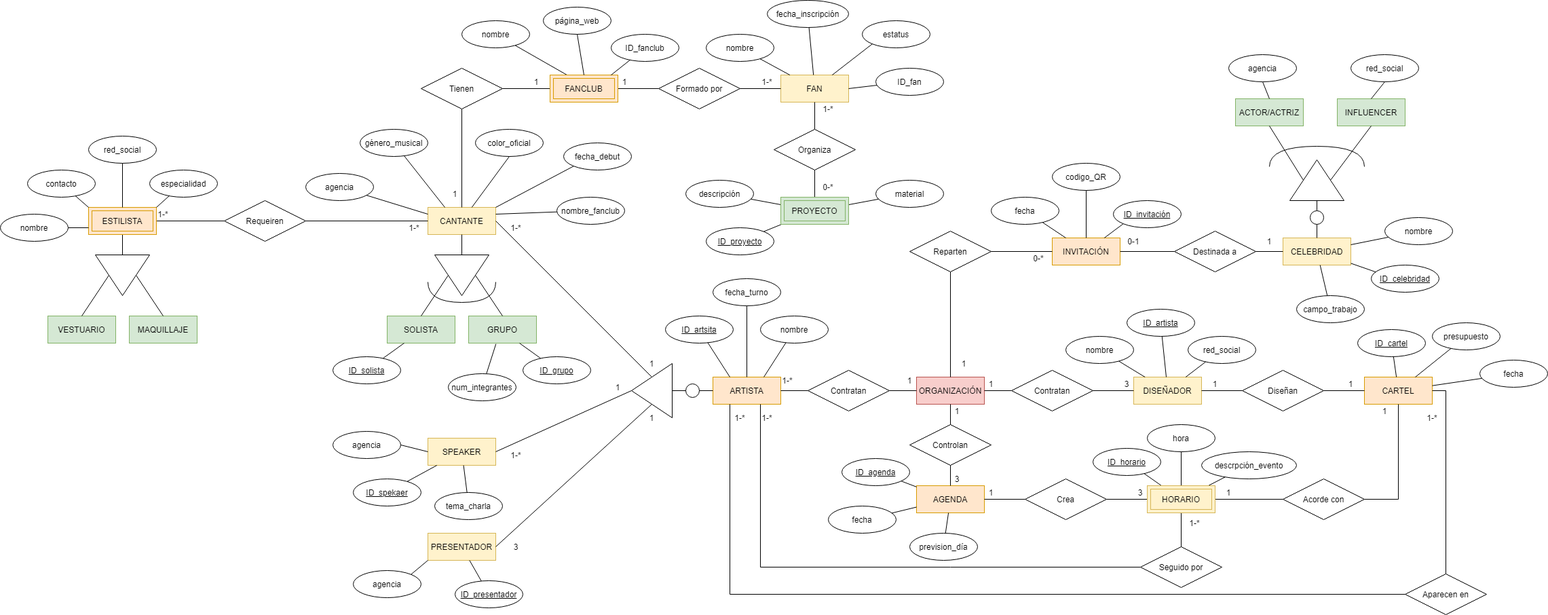
Before: Documentación/2.2-Diagrama_Entidad-Relación.png, a diagram exported from draw.io (nataliacristobal98/ProyectoQuevedoFest). Source tidied: cells renumbered, new cells last; positions are measured from the earlier drawing's top-left corner, leaving out a move shared by most shapes.
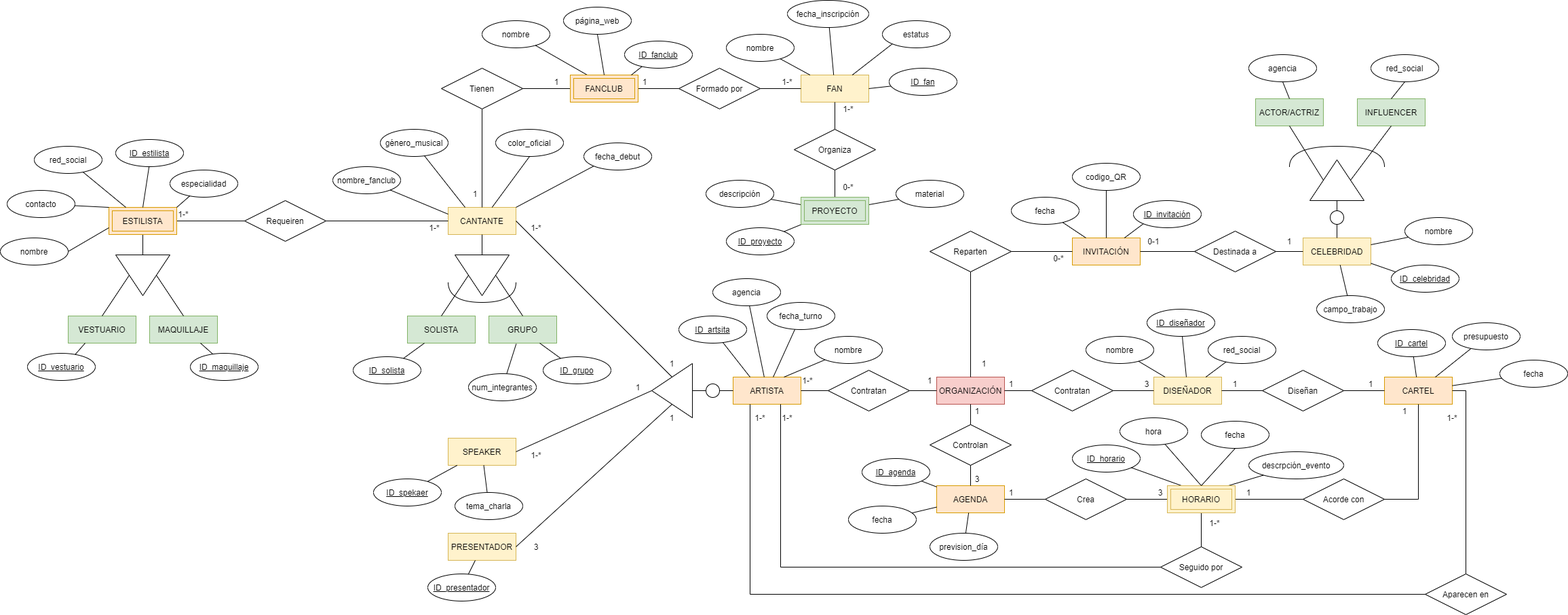
After the commit.

The edit, as a diff of the source:
```diff
@@ -276,10 +276,10 @@
       </mxGeometry>
     </mxCell>
     <mxCell id="79" value="nombre" style="ellipse;whiteSpace=wrap;html=1;align=center;" parent="1" vertex="1">
-      <mxGeometry x="1120" y="465" width="100" height="40" as="geometry" />
+      <mxGeometry x="1170" y="495" width="100" height="40" as="geometry" />
     </mxCell>
     <mxCell id="80" value="ID_artsita" style="ellipse;whiteSpace=wrap;html=1;align=center;fontStyle=4;" parent="1" vertex="1">
-      <mxGeometry x="980" y="465" width="100" height="40" as="geometry" />
+      <mxGeometry x="970" y="465" width="100" height="40" as="geometry" />
     </mxCell>
     <mxCell id="81" value="ID_grupo" style="ellipse;whiteSpace=wrap;html=1;align=center;fontStyle=4;" parent="1" vertex="1">
       <mxGeometry x="770" y="525" width="100" height="40" as="geometry" />
@@ -291,19 +291,19 @@
       <mxGeometry x="520" y="705" width="100" height="40" as="geometry" />
     </mxCell>
     <mxCell id="84" value="ID_presentador" style="ellipse;whiteSpace=wrap;html=1;align=center;fontStyle=4;" parent="1" vertex="1">
-      <mxGeometry x="670" y="855" width="100" height="40" as="geometry" />
+      <mxGeometry x="600" y="845" width="100" height="40" as="geometry" />
     </mxCell>
     <mxCell id="85" value="num_integrantes" style="ellipse;whiteSpace=wrap;html=1;align=center;" parent="1" vertex="1">
       <mxGeometry x="660" y="550" width="100" height="40" as="geometry" />
     </mxCell>
     <mxCell id="86" value="agencia" style="ellipse;whiteSpace=wrap;html=1;align=center;" parent="1" vertex="1">
-      <mxGeometry x="450" y="255" width="100" height="40" as="geometry" />
+      <mxGeometry x="1020" y="410" width="100" height="40" as="geometry" />
     </mxCell>
     <mxCell id="87" value="género_musical" style="ellipse;whiteSpace=wrap;html=1;align=center;" parent="1" vertex="1">
       <mxGeometry x="530" y="190" width="100" height="40" as="geometry" />
     </mxCell>
     <mxCell id="88" value="nombre_fanclub" style="ellipse;whiteSpace=wrap;html=1;align=center;" parent="1" vertex="1">
-      <mxGeometry x="820" y="290" width="100" height="40" as="geometry" />
+      <mxGeometry x="460" y="245" width="100" height="40" as="geometry" />
     </mxCell>
     <mxCell id="89" value="fecha_debut" style="ellipse;whiteSpace=wrap;html=1;align=center;" parent="1" vertex="1">
       <mxGeometry x="830" y="210" width="100" height="40" as="geometry" />
@@ -311,9 +311,6 @@
     <mxCell id="90" value="color_oficial" style="ellipse;whiteSpace=wrap;html=1;align=center;" parent="1" vertex="1">
       <mxGeometry x="700" y="190" width="100" height="40" as="geometry" />
     </mxCell>
-    <mxCell id="91" style="endArrow=none;html=1;rounded=0;entryX=0;entryY=0.25;entryDx=0;entryDy=0;" parent="1" edge="1" source="86" target="11">
-      <mxGeometry relative="1" as="geometry" />
-    </mxCell>
     <mxCell id="92" style="endArrow=none;html=1;rounded=0;entryX=0.25;entryY=0;entryDx=0;entryDy=0;" parent="1" edge="1" source="87" target="11">
       <mxGeometry relative="1" as="geometry" />
     </mxCell>
@@ -323,7 +320,7 @@
     <mxCell id="94" style="endArrow=none;html=1;rounded=0;entryX=0;entryY=1;entryDx=0;entryDy=0;exitX=1;exitY=0;exitDx=0;exitDy=0;" parent="1" edge="1" source="11" target="89">
       <mxGeometry relative="1" as="geometry" />
     </mxCell>
-    <mxCell id="95" style="endArrow=none;html=1;rounded=0;exitX=1;exitY=0.25;exitDx=0;exitDy=0;" parent="1" edge="1" source="11" target="88">
+    <mxCell id="95" style="endArrow=none;html=1;rounded=0;exitX=0;exitY=0.25;exitDx=0;exitDy=0;" parent="1" edge="1" source="11" target="88">
       <mxGeometry relative="1" as="geometry" />
     </mxCell>
     <mxCell id="96" style="endArrow=none;html=1;rounded=0;entryX=0.25;entryY=1;entryDx=0;entryDy=0;" parent="1" edge="1" source="82" target="17">
@@ -345,7 +342,7 @@
       <mxGeometry x="640" y="725" width="100" height="40" as="geometry" />
     </mxCell>
     <mxCell id="102" value="fecha_turno" style="ellipse;whiteSpace=wrap;html=1;align=center;" parent="1" vertex="1">
-      <mxGeometry x="1050" y="410" width="100" height="40" as="geometry" />
+      <mxGeometry x="1100" y="445" width="100" height="40" as="geometry" />
     </mxCell>
     <mxCell id="103" style="endArrow=none;html=1;rounded=0;" parent="1" edge="1" source="9" target="84">
       <mxGeometry relative="1" as="geometry" />
@@ -453,7 +450,7 @@
     <mxCell id="134" value="nombre" style="ellipse;whiteSpace=wrap;html=1;align=center;" parent="1" vertex="1">
       <mxGeometry x="1570" y="495" width="100" height="40" as="geometry" />
     </mxCell>
-    <mxCell id="135" value="ID_artista" style="ellipse;whiteSpace=wrap;html=1;align=center;fontStyle=4;" parent="1" vertex="1">
+    <mxCell id="135" value="ID_diseñador" style="ellipse;whiteSpace=wrap;html=1;align=center;fontStyle=4;" parent="1" vertex="1">
       <mxGeometry x="1660" y="455" width="100" height="40" as="geometry" />
     </mxCell>
     <mxCell id="136" value="red_social" style="ellipse;whiteSpace=wrap;html=1;align=center;" parent="1" vertex="1">
@@ -510,13 +507,13 @@
       <mxGeometry relative="1" as="geometry" />
     </mxCell>
     <mxCell id="153" value="ID_horario" style="ellipse;whiteSpace=wrap;html=1;align=center;fontStyle=4;" parent="1" vertex="1">
-      <mxGeometry x="1610" y="660" width="100" height="40" as="geometry" />
+      <mxGeometry x="1550" y="655" width="100" height="40" as="geometry" />
     </mxCell>
     <mxCell id="154" value="hora" style="ellipse;whiteSpace=wrap;html=1;align=center;" parent="1" vertex="1">
-      <mxGeometry x="1690" y="625" width="100" height="40" as="geometry" />
+      <mxGeometry x="1620" y="615" width="100" height="40" as="geometry" />
     </mxCell>
     <mxCell id="155" value="descrpción_evento" style="ellipse;whiteSpace=wrap;html=1;align=center;" parent="1" vertex="1">
-      <mxGeometry x="1770" y="665" width="140" height="40" as="geometry" />
+      <mxGeometry x="1810" y="665" width="140" height="40" as="geometry" />
     </mxCell>
     <mxCell id="156" style="endArrow=none;html=1;rounded=0;" parent="1" edge="1" source="155">
       <mxGeometry relative="1" as="geometry">
@@ -632,18 +629,9 @@
     <mxCell id="191" value="1" style="text;html=1;strokeColor=none;fillColor=none;align=center;verticalAlign=middle;whiteSpace=wrap;rounded=0;" parent="1" vertex="1">
       <mxGeometry x="2020" y="595" width="40" height="20" as="geometry" />
     </mxCell>
-    <mxCell id="192" value="agencia" style="ellipse;whiteSpace=wrap;html=1;align=center;" parent="1" vertex="1">
-      <mxGeometry x="490" y="635" width="100" height="40" as="geometry" />
-    </mxCell>
-    <mxCell id="193" style="endArrow=none;html=1;rounded=0;entryX=1;entryY=0.5;entryDx=0;entryDy=0;exitX=0;exitY=0.5;exitDx=0;exitDy=0;" parent="1" edge="1" source="10" target="192">
+    <mxCell id="193" style="endArrow=none;html=1;rounded=0;" parent="1" edge="1" source="4" target="86">
       <mxGeometry relative="1" as="geometry" />
     </mxCell>
-    <mxCell id="194" value="agencia" style="ellipse;whiteSpace=wrap;html=1;align=center;" parent="1" vertex="1">
-      <mxGeometry x="520" y="840" width="100" height="40" as="geometry" />
-    </mxCell>
-    <mxCell id="195" style="endArrow=none;html=1;rounded=0;entryX=1;entryY=0;entryDx=0;entryDy=0;exitX=0;exitY=1;exitDx=0;exitDy=0;" parent="1" edge="1" source="9" target="194">
-      <mxGeometry relative="1" as="geometry" />
-    </mxCell>
     <mxCell id="196" value="FANCLUB" style="shape=ext;margin=3;double=1;whiteSpace=wrap;html=1;align=center;fillColor=#ffe6cc;strokeColor=#d79b00;" parent="1" vertex="1">
       <mxGeometry x="810" y="110" width="100" height="40" as="geometry" />
     </mxCell>
@@ -672,10 +660,10 @@
       <mxGeometry relative="1" as="geometry" />
     </mxCell>
     <mxCell id="205" value="contacto" style="ellipse;whiteSpace=wrap;html=1;align=center;" parent="1" vertex="1">
-      <mxGeometry x="40" y="250" width="100" height="40" as="geometry" />
+      <mxGeometry x="-20" y="280" width="100" height="40" as="geometry" />
     </mxCell>
     <mxCell id="206" value="red_social" style="ellipse;whiteSpace=wrap;html=1;align=center;" parent="1" vertex="1">
-      <mxGeometry x="130" y="200" width="100" height="40" as="geometry" />
+      <mxGeometry x="20" y="215" width="100" height="40" as="geometry" />
     </mxCell>
     <mxCell id="207" value="especialidad" style="ellipse;whiteSpace=wrap;html=1;align=center;" parent="1" vertex="1">
       <mxGeometry x="220" y="250" width="100" height="40" as="geometry" />
@@ -683,7 +671,7 @@
     <mxCell id="208" style="endArrow=none;html=1;rounded=0;entryX=0;entryY=0;entryDx=0;entryDy=0;" parent="1" edge="1" source="205" target="198">
       <mxGeometry relative="1" as="geometry" />
     </mxCell>
-    <mxCell id="209" style="endArrow=none;html=1;rounded=0;entryX=0.5;entryY=0;entryDx=0;entryDy=0;" parent="1" edge="1" source="206" target="198">
+    <mxCell id="209" style="endArrow=none;html=1;rounded=0;entryX=0.25;entryY=0;entryDx=0;entryDy=0;" parent="1" edge="1" source="206" target="198">
       <mxGeometry relative="1" as="geometry" />
     </mxCell>
     <mxCell id="210" style="endArrow=none;html=1;rounded=0;entryX=1;entryY=0;entryDx=0;entryDy=0;" parent="1" edge="1" source="207" target="198">
@@ -705,22 +693,56 @@
       <mxGeometry relative="1" as="geometry" />
     </mxCell>
     <mxCell id="216" value="nombre" style="ellipse;whiteSpace=wrap;html=1;align=center;" parent="1" vertex="1">
-      <mxGeometry y="315" width="100" height="40" as="geometry" />
+      <mxGeometry x="-30" y="350" width="100" height="40" as="geometry" />
     </mxCell>
     <mxCell id="217" style="endArrow=none;html=1;rounded=0;exitX=1;exitY=0.5;exitDx=0;exitDy=0;entryX=0;entryY=0.75;entryDx=0;entryDy=0;" parent="1" edge="1" source="216" target="198">
       <mxGeometry relative="1" as="geometry" />
     </mxCell>
+    <mxCell id="220" style="endArrow=none;html=1;rounded=0;exitX=0;exitY=0;exitDx=0;exitDy=0;" parent="1" edge="1" source="170">
+      <mxGeometry relative="1" as="geometry">
+        <mxPoint x="927.6" y="87.9" as="targetPoint" />
+      </mxGeometry>
+    </mxCell>
+    <mxCell id="221" style="endArrow=none;html=1;rounded=0;exitX=1;exitY=0.5;exitDx=0;exitDy=0;" parent="1" edge="1" source="34">
+      <mxGeometry relative="1" as="geometry">
+        <mxPoint x="1291.8" y="125.4" as="targetPoint" />
+      </mxGeometry>
+    </mxCell>
+    <mxCell id="222" style="endArrow=none;html=1;rounded=0;entryX=0.25;entryY=1;entryDx=0;entryDy=0;" parent="1" edge="1" target="24">
+      <mxGeometry relative="1" as="geometry">
+        <mxPoint x="76.5" y="526.1" as="sourcePoint" />
+      </mxGeometry>
+    </mxCell>
+    <mxCell id="223" style="endArrow=none;html=1;rounded=0;exitX=0.75;exitY=1;exitDx=0;exitDy=0;" parent="1" edge="1" source="25">
+      <mxGeometry relative="1" as="geometry">
+        <mxPoint x="289.5" y="526.8" as="targetPoint" />
+      </mxGeometry>
+    </mxCell>
+    <mxCell id="224" value="fecha" style="ellipse;whiteSpace=wrap;html=1;align=center;" parent="1" vertex="1">
+      <mxGeometry x="1740" y="620" width="100" height="40" as="geometry" />
+    </mxCell>
+    <mxCell id="225" style="endArrow=none;html=1;rounded=0;entryX=0.5;entryY=1;entryDx=0;entryDy=0;exitX=0.5;exitY=0;exitDx=0;exitDy=0;" parent="1" edge="1" source="213" target="224">
+      <mxGeometry relative="1" as="geometry" />
+    </mxCell>
+    <mxCell id="226" style="endArrow=none;html=1;rounded=0;entryX=0.5;entryY=1;entryDx=0;entryDy=0;exitX=0.5;exitY=0;exitDx=0;exitDy=0;" parent="1" edge="1" source="198">
+      <mxGeometry relative="1" as="geometry">
+        <mxPoint x="190" y="240" as="targetPoint" />
+      </mxGeometry>
+    </mxCell>
+    <mxCell id="227" value="ID_estilista" style="ellipse;whiteSpace=wrap;html=1;align=center;fontStyle=4;" parent="1" vertex="1">
+      <mxGeometry x="140" y="205" width="100" height="40" as="geometry" />
+    </mxCell>
+    <mxCell id="228" value="ID_maquillaje" style="ellipse;whiteSpace=wrap;html=1;align=center;fontStyle=4;" parent="1" vertex="1">
+      <mxGeometry x="250" y="520" width="100" height="40" as="geometry" />
+    </mxCell>
+    <mxCell id="229" value="ID_vestuario" style="ellipse;whiteSpace=wrap;html=1;align=center;fontStyle=4;" parent="1" vertex="1">
+      <mxGeometry x="10" y="520" width="100" height="40" as="geometry" />
+    </mxCell>
-    <mxCell id="218" value="ID_fanclub" style="ellipse;whiteSpace=wrap;html=1;align=center;" parent="1" vertex="1">
-      <mxGeometry x="900" y="50" width="100" height="40" as="geometry" />
+    <mxCell id="218" value="ID_fanclub" style="ellipse;whiteSpace=wrap;html=1;align=center;fontStyle=4;" parent="1" vertex="1">
+      <mxGeometry x="890" y="60" width="100" height="40" as="geometry" />
     </mxCell>
-    <mxCell id="219" value="ID_fan" style="ellipse;whiteSpace=wrap;html=1;align=center;" parent="1" vertex="1">
-      <mxGeometry x="1290" y="100" width="100" height="40" as="geometry" />
+    <mxCell id="219" value="ID_fan" style="ellipse;whiteSpace=wrap;html=1;align=center;fontStyle=4;" parent="1" vertex="1">
+      <mxGeometry x="1280" y="100" width="100" height="40" as="geometry" />
     </mxCell>
-    <mxCell id="220" style="endArrow=none;html=1;rounded=0;exitX=0;exitY=0;exitDx=0;exitDy=0;" parent="1" edge="1" source="170" target="218">
-      <mxGeometry relative="1" as="geometry" />
-    </mxCell>
-    <mxCell id="221" style="endArrow=none;html=1;rounded=0;exitX=1;exitY=0.5;exitDx=0;exitDy=0;" parent="1" edge="1" source="34" target="219">
-      <mxGeometry relative="1" as="geometry" />
-    </mxCell>
   </root>
 </mxGraphModel>
```
